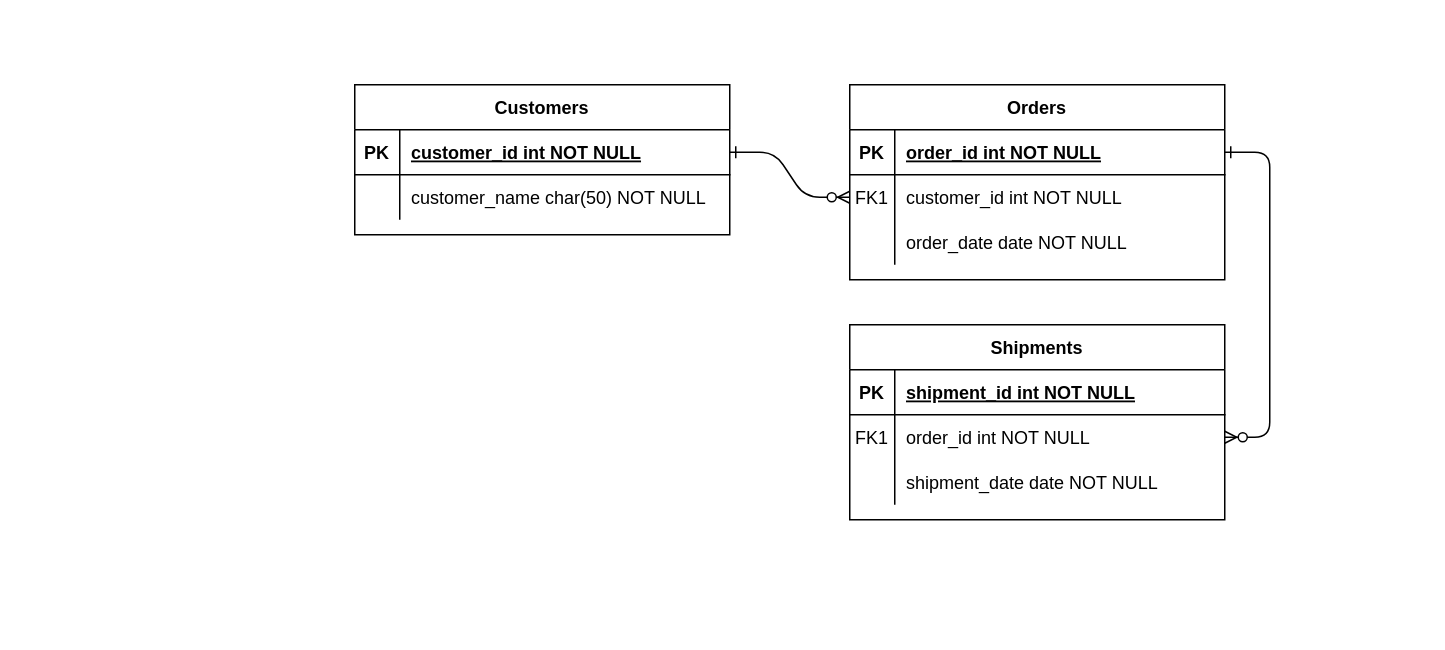
This is 名称未設定ファイル.drawio from emblem333/Portfolio, a draw.io file, before an edit. Source tidied: cells renumbered, new cells numbered last; positions are measured from the earlier drawing's top-left corner, leaving out a move shared by most shapes. Both pictures are drawn from the tidied source at 150%, with x=0, y=0 at pixel (354, 84).
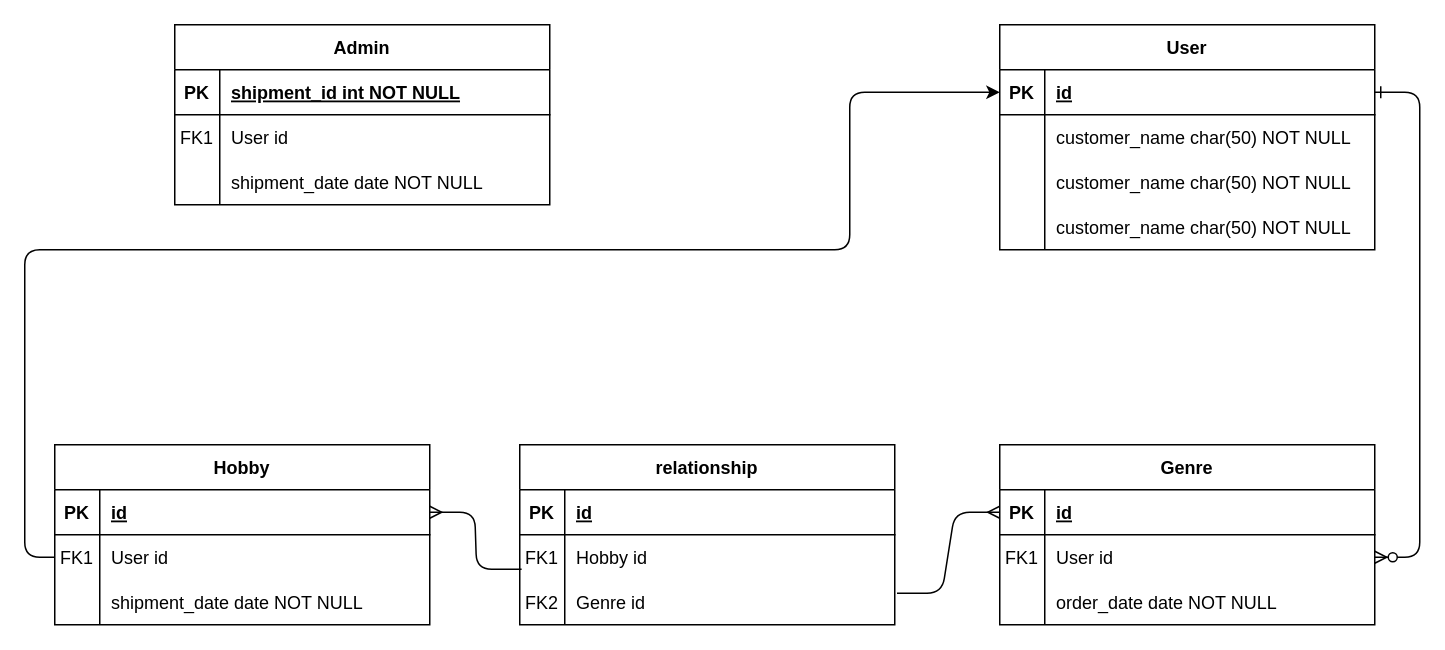
The same diagram, later.

Commit message:
名称未設定ファイル.drawio を更新します

Unchanged cells that the change refers to:
```xml
<mxCell id="5" style="shape=partialRectangle;fillColor=none;points=[[0,0.5],[1,0.5]];portConstraint=eastwest;top=0;left=0;right=0;bottom=1;" parent="4" vertex="1">
  <mxGeometry y="30" width="250" height="30" as="geometry" />
</mxCell>
<mxCell id="8" style="shape=partialRectangle;fillColor=none;points=[[0,0.5],[1,0.5]];portConstraint=eastwest;top=0;left=0;right=0;bottom=0;" parent="4" vertex="1">
  <mxGeometry y="60" width="250" height="30" as="geometry" />
</mxCell>
<mxCell id="15" style="shape=partialRectangle;fillColor=none;points=[[0,0.5],[1,0.5]];portConstraint=eastwest;top=0;left=0;right=0;bottom=1;" parent="14" vertex="1">
  <mxGeometry y="30" width="250" height="30" as="geometry" />
</mxCell>
<mxCell id="18" style="shape=partialRectangle;fillColor=none;points=[[0,0.5],[1,0.5]];portConstraint=eastwest;top=0;left=0;right=0;bottom=0;" parent="14" vertex="1">
  <mxGeometry y="60" width="250" height="30" as="geometry" />
</mxCell>
<mxCell id="25" style="shape=partialRectangle;fillColor=none;points=[[0,0.5],[1,0.5]];portConstraint=eastwest;top=0;left=0;right=0;bottom=1;" parent="24" vertex="1">
  <mxGeometry y="30" width="250" height="30" as="geometry" />
</mxCell>
```

The edit, as a diff of the source:
```diff
@@
-    <mxCell id="3" style="edgeStyle=entityRelationEdgeStyle;endArrow=ERzeroToMany;startArrow=ERone;endFill=1;startFill=0;" parent="1" edge="1" source="5" target="18">
+    <mxCell id="3" style="edgeStyle=entityRelationEdgeStyle;endArrow=none;startArrow=ERmany;endFill=0;startFill=0;entryX=1.006;entryY=0.3;entryDx=0;entryDy=0;entryPerimeter=0;" parent="1" edge="1" source="5" target="54">
       <mxGeometry relative="1" as="geometry" />
     </mxCell>
-    <mxCell id="4" value="Orders" style="shape=table;startSize=30;childLayout=tableLayout;rowLines=0;fontStyle=1;align=center;" parent="1" vertex="1">
-      <mxGeometry x="330" width="250" height="130" as="geometry" />
+    <mxCell id="4" value="Genre" style="shape=table;startSize=30;childLayout=tableLayout;rowLines=0;fontStyle=1;align=center;" parent="1" vertex="1">
+      <mxGeometry x="430" y="240" width="250" height="120" as="geometry" />
     </mxCell>
@@
-    <mxCell id="7" value="order_id int NOT NULL " style="shape=partialRectangle;overflow=hidden;fillColor=none;top=0;left=0;bottom=0;right=0;align=left;spacingLeft=6;fontStyle=5;" parent="5" vertex="1">
+    <mxCell id="7" value="id" style="shape=partialRectangle;overflow=hidden;fillColor=none;top=0;left=0;bottom=0;right=0;align=left;spacingLeft=6;fontStyle=5;" parent="5" vertex="1">
       <mxGeometry x="30" width="220" height="30" as="geometry" />
     </mxCell>
@@
-    <mxCell id="10" value="customer_id int NOT NULL" style="shape=partialRectangle;overflow=hidden;fillColor=none;top=0;left=0;bottom=0;right=0;align=left;spacingLeft=6;" parent="8" vertex="1">
+    <mxCell id="10" value="User id" style="shape=partialRectangle;overflow=hidden;fillColor=none;top=0;left=0;bottom=0;right=0;align=left;spacingLeft=6;" parent="8" vertex="1">
       <mxGeometry x="30" width="220" height="30" as="geometry" />
     </mxCell>
@@
-    <mxCell id="14" value="Shipments" style="shape=table;startSize=30;childLayout=tableLayout;rowLines=0;fontStyle=1;align=center;" parent="1" vertex="1">
-      <mxGeometry x="330" y="160" width="250" height="130" as="geometry" />
+    <mxCell id="14" value="Hobby" style="shape=table;startSize=30;childLayout=tableLayout;rowLines=0;fontStyle=1;align=center;" parent="1" vertex="1">
+      <mxGeometry x="-200" y="240" width="250" height="120" as="geometry" />
     </mxCell>
@@
-    <mxCell id="17" value="shipment_id int NOT NULL " style="shape=partialRectangle;overflow=hidden;fillColor=none;top=0;left=0;bottom=0;right=0;align=left;spacingLeft=6;fontStyle=5;" parent="15" vertex="1">
+    <mxCell id="17" value="id" style="shape=partialRectangle;overflow=hidden;fillColor=none;top=0;left=0;bottom=0;right=0;align=left;spacingLeft=6;fontStyle=5;" parent="15" vertex="1">
       <mxGeometry x="30" width="220" height="30" as="geometry" />
     </mxCell>
@@
-    <mxCell id="20" value="order_id int NOT NULL" style="shape=partialRectangle;overflow=hidden;fillColor=none;top=0;left=0;bottom=0;right=0;align=left;spacingLeft=6;" parent="18" vertex="1">
+    <mxCell id="20" value="User id" style="shape=partialRectangle;overflow=hidden;fillColor=none;top=0;left=0;bottom=0;right=0;align=left;spacingLeft=6;" parent="18" vertex="1">
       <mxGeometry x="30" width="220" height="30" as="geometry" />
     </mxCell>
@@
-    <mxCell id="24" value="Customers" style="shape=table;startSize=30;childLayout=tableLayout;rowLines=0;fontStyle=1;align=center;" parent="1" vertex="1">
-      <mxGeometry width="250" height="100" as="geometry" />
+    <mxCell id="24" value="User" style="shape=table;startSize=30;childLayout=tableLayout;rowLines=0;fontStyle=1;align=center;" parent="1" vertex="1">
+      <mxGeometry x="430" y="-40" width="250" height="150" as="geometry" />
     </mxCell>
@@
-    <mxCell id="27" value="customer_id int NOT NULL " style="shape=partialRectangle;overflow=hidden;fillColor=none;top=0;left=0;bottom=0;right=0;align=left;spacingLeft=6;fontStyle=5;" parent="25" vertex="1">
+    <mxCell id="27" value="id" style="shape=partialRectangle;overflow=hidden;fillColor=none;top=0;left=0;bottom=0;right=0;align=left;spacingLeft=6;fontStyle=5;" parent="25" vertex="1">
       <mxGeometry x="30" width="220" height="30" as="geometry" />
     </mxCell>
@@
+    <mxCell id="31" style="shape=partialRectangle;fillColor=none;top=0;left=0;right=0;bottom=0;" parent="24" vertex="1">
+      <mxGeometry y="90" width="250" height="30" as="geometry" />
+    </mxCell>
+    <mxCell id="32" style="shape=partialRectangle;overflow=hidden;fillColor=none;top=0;left=0;bottom=0;right=0;" parent="31" vertex="1">
+      <mxGeometry width="30" height="30" as="geometry" />
+    </mxCell>
+    <mxCell id="33" value="customer_name char(50) NOT NULL" style="shape=partialRectangle;overflow=hidden;fillColor=none;top=0;left=0;bottom=0;right=0;align=left;spacingLeft=6;" parent="31" vertex="1">
+      <mxGeometry x="30" width="220" height="30" as="geometry" />
+    </mxCell>
+    <mxCell id="34" style="shape=partialRectangle;fillColor=none;top=0;left=0;right=0;bottom=0;" parent="24" vertex="1">
+      <mxGeometry y="120" width="250" height="30" as="geometry" />
+    </mxCell>
+    <mxCell id="35" style="shape=partialRectangle;overflow=hidden;fillColor=none;top=0;left=0;bottom=0;right=0;" parent="34" vertex="1">
+      <mxGeometry width="30" height="30" as="geometry" />
+    </mxCell>
+    <mxCell id="36" value="customer_name char(50) NOT NULL" style="shape=partialRectangle;overflow=hidden;fillColor=none;top=0;left=0;bottom=0;right=0;align=left;spacingLeft=6;" parent="34" vertex="1">
+      <mxGeometry x="30" width="220" height="30" as="geometry" />
+    </mxCell>
+    <mxCell id="37" value="Admin" style="shape=table;startSize=30;childLayout=tableLayout;rowLines=0;fontStyle=1;align=center;" parent="1" vertex="1">
+      <mxGeometry x="-120" y="-40" width="250" height="120" as="geometry" />
+    </mxCell>
+    <mxCell id="38" style="shape=partialRectangle;fillColor=none;top=0;left=0;right=0;bottom=1;" parent="37" vertex="1">
+      <mxGeometry y="30" width="250" height="30" as="geometry" />
+    </mxCell>
+    <mxCell id="39" value="PK" style="shape=partialRectangle;overflow=hidden;fillColor=none;top=0;left=0;bottom=0;right=0;fontStyle=1;" parent="38" vertex="1">
+      <mxGeometry width="30" height="30" as="geometry" />
+    </mxCell>
+    <mxCell id="40" value="shipment_id int NOT NULL " style="shape=partialRectangle;overflow=hidden;fillColor=none;top=0;left=0;bottom=0;right=0;align=left;spacingLeft=6;fontStyle=5;" parent="38" vertex="1">
+      <mxGeometry x="30" width="220" height="30" as="geometry" />
+    </mxCell>
+    <mxCell id="41" style="shape=partialRectangle;fillColor=none;top=0;left=0;right=0;bottom=0;" parent="37" vertex="1">
+      <mxGeometry y="60" width="250" height="30" as="geometry" />
+    </mxCell>
+    <mxCell id="42" value="FK1" style="shape=partialRectangle;overflow=hidden;fillColor=none;top=0;left=0;bottom=0;right=0;" parent="41" vertex="1">
+      <mxGeometry width="30" height="30" as="geometry" />
+    </mxCell>
+    <mxCell id="43" value="User id" style="shape=partialRectangle;overflow=hidden;fillColor=none;top=0;left=0;bottom=0;right=0;align=left;spacingLeft=6;" parent="41" vertex="1">
+      <mxGeometry x="30" width="220" height="30" as="geometry" />
+    </mxCell>
+    <mxCell id="44" style="shape=partialRectangle;fillColor=none;top=0;left=0;right=0;bottom=0;" parent="37" vertex="1">
+      <mxGeometry y="90" width="250" height="30" as="geometry" />
+    </mxCell>
+    <mxCell id="45" style="shape=partialRectangle;overflow=hidden;fillColor=none;top=0;left=0;bottom=0;right=0;" parent="44" vertex="1">
+      <mxGeometry width="30" height="30" as="geometry" />
+    </mxCell>
+    <mxCell id="46" value="shipment_date date NOT NULL" style="shape=partialRectangle;overflow=hidden;fillColor=none;top=0;left=0;bottom=0;right=0;align=left;spacingLeft=6;" parent="44" vertex="1">
+      <mxGeometry x="30" width="220" height="30" as="geometry" />
+    </mxCell>
+    <mxCell id="47" value="relationship" style="shape=table;startSize=30;childLayout=tableLayout;rowLines=0;fontStyle=1;align=center;" parent="1" vertex="1">
+      <mxGeometry x="110" y="240" width="250" height="120" as="geometry" />
+    </mxCell>
+    <mxCell id="48" style="shape=partialRectangle;fillColor=none;top=0;left=0;right=0;bottom=1;" parent="47" vertex="1">
+      <mxGeometry y="30" width="250" height="30" as="geometry" />
+    </mxCell>
+    <mxCell id="49" value="PK" style="shape=partialRectangle;overflow=hidden;fillColor=none;top=0;left=0;bottom=0;right=0;fontStyle=1;" parent="48" vertex="1">
+      <mxGeometry width="30" height="30" as="geometry" />
+    </mxCell>
+    <mxCell id="50" value="id" style="shape=partialRectangle;overflow=hidden;fillColor=none;top=0;left=0;bottom=0;right=0;align=left;spacingLeft=6;fontStyle=5;" parent="48" vertex="1">
+      <mxGeometry x="30" width="220" height="30" as="geometry" />
+    </mxCell>
+    <mxCell id="51" style="shape=partialRectangle;fillColor=none;points=[[0,0.5],[1,0.5]];portConstraint=eastwest;top=0;left=0;right=0;bottom=0;" parent="47" vertex="1">
+      <mxGeometry y="60" width="250" height="30" as="geometry" />
+    </mxCell>
+    <mxCell id="52" value="FK1" style="shape=partialRectangle;overflow=hidden;fillColor=none;top=0;left=0;bottom=0;right=0;" parent="51" vertex="1">
+      <mxGeometry width="30" height="30" as="geometry" />
+    </mxCell>
+    <mxCell id="53" value="Hobby id" style="shape=partialRectangle;overflow=hidden;fillColor=none;top=0;left=0;bottom=0;right=0;align=left;spacingLeft=6;" parent="51" vertex="1">
+      <mxGeometry x="30" width="220" height="30" as="geometry" />
+    </mxCell>
+    <mxCell id="54" style="shape=partialRectangle;fillColor=none;points=[[0,0.5],[1,0.5]];portConstraint=eastwest;top=0;left=0;right=0;bottom=0;" parent="47" vertex="1">
+      <mxGeometry y="90" width="250" height="30" as="geometry" />
+    </mxCell>
+    <mxCell id="55" value="FK2" style="shape=partialRectangle;overflow=hidden;fillColor=none;top=0;left=0;bottom=0;right=0;" parent="54" vertex="1">
+      <mxGeometry width="30" height="30" as="geometry" />
+    </mxCell>
+    <mxCell id="56" value="Genre id" style="shape=partialRectangle;overflow=hidden;fillColor=none;top=0;left=0;bottom=0;right=0;align=left;spacingLeft=6;" parent="54" vertex="1">
+      <mxGeometry x="30" width="220" height="30" as="geometry" />
+    </mxCell>
+    <mxCell id="57" style="edgeStyle=entityRelationEdgeStyle;rounded=1;jettySize=auto;html=1;entryX=1;entryY=0.5;entryDx=0;entryDy=0;startArrow=none;startFill=0;endArrow=ERmany;endFill=0;exitX=0.005;exitY=0.767;exitDx=0;exitDy=0;exitPerimeter=0;" parent="1" edge="1" source="51" target="15">
+      <mxGeometry relative="1" as="geometry" />
+    </mxCell>
+    <mxCell id="58" style="edgeStyle=orthogonalEdgeStyle;jettySize=auto;html=1;exitX=0;exitY=0.5;exitDx=0;exitDy=0;entryX=0;entryY=0.5;entryDx=0;entryDy=0;rounded=1;" parent="1" edge="1" source="18" target="25">
+      <mxGeometry relative="1" as="geometry">
+        <Array as="points">
+          <mxPoint x="-220" y="315" />
+          <mxPoint x="-220" y="110" />
+          <mxPoint x="330" y="110" />
+          <mxPoint x="330" y="5" />
+        </Array>
+      </mxGeometry>
+    </mxCell>
```
